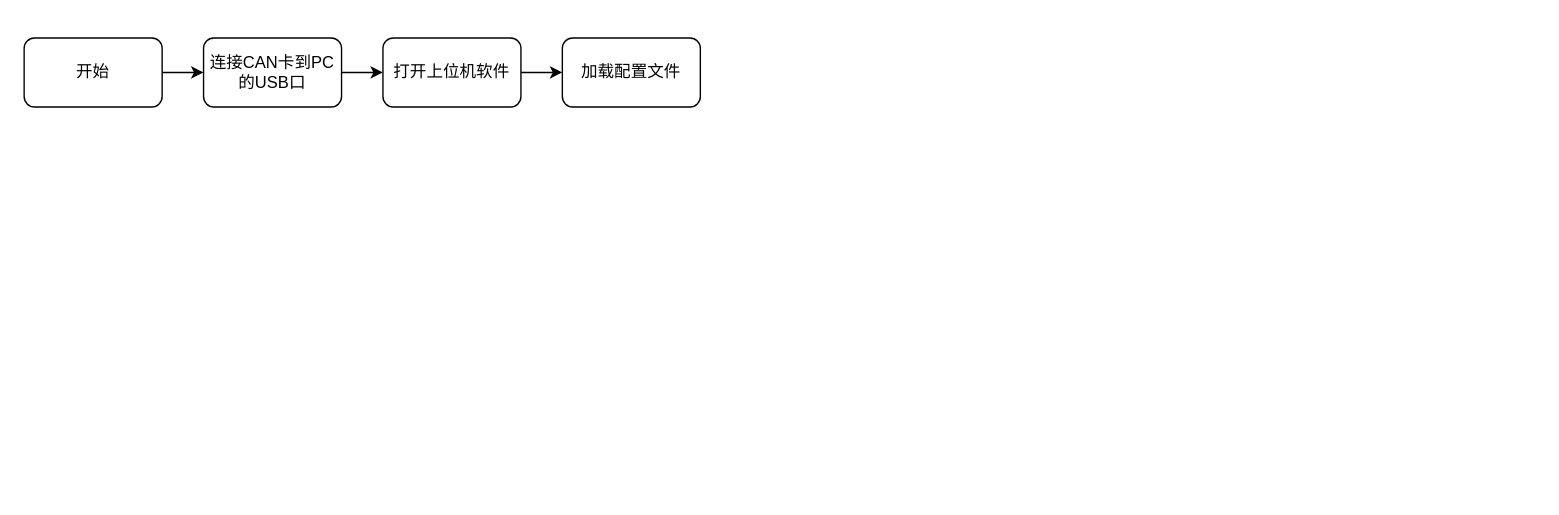
This is Untitled Diagram.drawio from loneisme/linuxopencv, a draw.io file, before an edit. Source tidied: cells renumbered, new cells numbered last; positions are measured from the earlier drawing's top-left corner, leaving out a move shared by most shapes. Both pictures are drawn from the tidied source at 138%, with x=0, y=0 at pixel (23, 37).
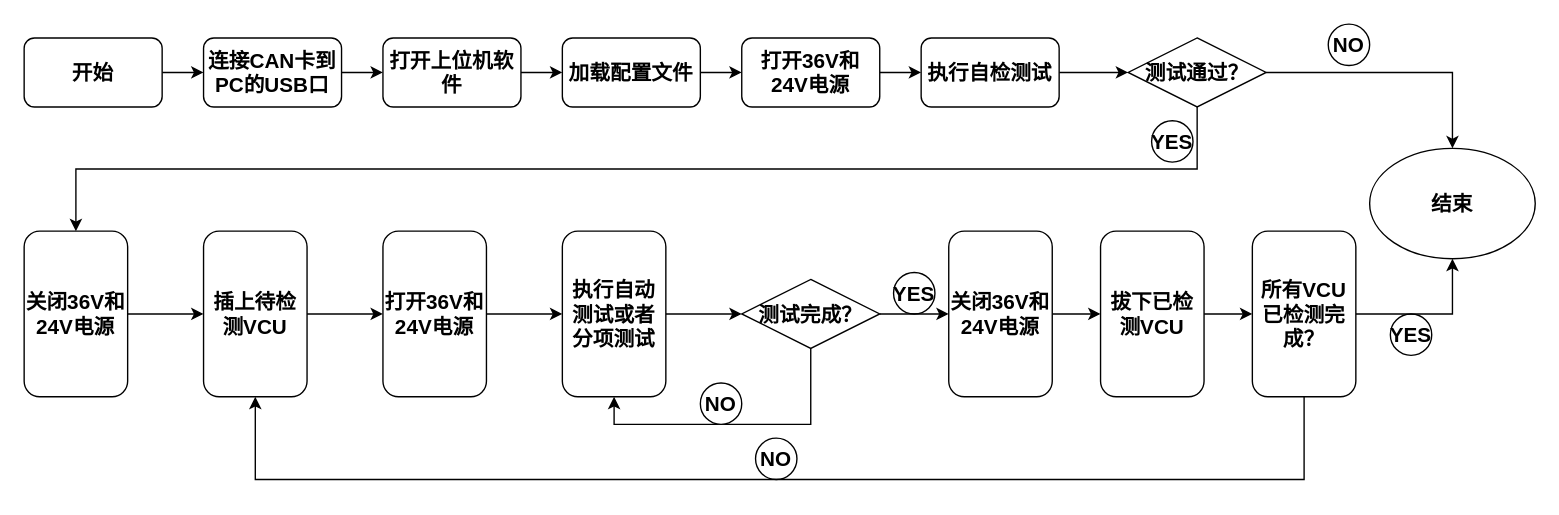
After the change.

What changed in the source:
```diff
@@
-    <mxCell id="3" value="开始" style="rounded=1;whiteSpace=wrap;html=1;" parent="1" vertex="1">
+    <mxCell id="3" value="开始" style="rounded=1;whiteSpace=wrap;html=1;fontStyle=1;fontSize=15;" parent="1" vertex="1">
       <mxGeometry width="100" height="50" as="geometry" />
     </mxCell>
@@
-    <mxCell id="5" value="连接CAN卡到PC的USB口" style="rounded=1;whiteSpace=wrap;html=1;" parent="1" vertex="1">
+    <mxCell id="5" value="连接CAN卡到PC的USB口" style="rounded=1;whiteSpace=wrap;html=1;fontStyle=1;fontSize=15;" parent="1" vertex="1">
       <mxGeometry x="130" width="100" height="50" as="geometry" />
     </mxCell>
@@
-    <mxCell id="7" value="打开上位机软件" style="rounded=1;whiteSpace=wrap;html=1;" parent="1" vertex="1">
+    <mxCell id="7" value="打开上位机软件" style="rounded=1;whiteSpace=wrap;html=1;fontStyle=1;fontSize=15;" parent="1" vertex="1">
       <mxGeometry x="260" width="100" height="50" as="geometry" />
     </mxCell>
+    <mxCell id="9" style="edgeStyle=orthogonalEdgeStyle;rounded=0;jettySize=auto;html=1;" parent="1" edge="1" source="8" target="11">
+      <mxGeometry relative="1" as="geometry" />
+    </mxCell>
-    <mxCell id="8" value="加载配置文件" style="rounded=1;whiteSpace=wrap;html=1;" parent="1" vertex="1">
+    <mxCell id="8" value="加载配置文件" style="rounded=1;whiteSpace=wrap;html=1;fontStyle=1;fontSize=15;" parent="1" vertex="1">
       <mxGeometry x="390" width="100" height="50" as="geometry" />
     </mxCell>
+    <mxCell id="10" style="edgeStyle=orthogonalEdgeStyle;rounded=0;jettySize=auto;html=1;" parent="1" edge="1" source="11" target="13">
+      <mxGeometry relative="1" as="geometry" />
+    </mxCell>
+    <mxCell id="11" value="打开36V和24V电源" style="rounded=1;whiteSpace=wrap;html=1;fontStyle=1;fontSize=15;" parent="1" vertex="1">
+      <mxGeometry x="520" width="100" height="50" as="geometry" />
+    </mxCell>
+    <mxCell id="12" style="edgeStyle=orthogonalEdgeStyle;rounded=0;jettySize=auto;html=1;entryX=0;entryY=0.5;entryDx=0;entryDy=0;fontSize=15;" parent="1" edge="1" source="13" target="28">
+      <mxGeometry relative="1" as="geometry" />
+    </mxCell>
+    <mxCell id="13" value="执行自检测试" style="rounded=1;whiteSpace=wrap;html=1;fontStyle=1;fontSize=15;" parent="1" vertex="1">
+      <mxGeometry x="650" width="100" height="50" as="geometry" />
+    </mxCell>
+    <mxCell id="14" style="edgeStyle=orthogonalEdgeStyle;rounded=0;jettySize=auto;html=1;exitX=0.5;exitY=1;exitDx=0;exitDy=0;entryX=0.5;entryY=0;entryDx=0;entryDy=0;" parent="1" edge="1" source="28" target="20">
+      <mxGeometry relative="1" as="geometry" />
+    </mxCell>
+    <mxCell id="15" value="NO" style="ellipse;whiteSpace=wrap;html=1;fontStyle=1;fontSize=15;" parent="1" vertex="1">
+      <mxGeometry x="945" y="-10" width="30" height="30" as="geometry" />
+    </mxCell>
+    <mxCell id="16" value="YES" style="ellipse;whiteSpace=wrap;html=1;fontStyle=1;fontSize=15;" parent="1" vertex="1">
+      <mxGeometry x="630" y="170" width="30" height="30" as="geometry" />
+    </mxCell>
+    <mxCell id="17" value="YES" style="ellipse;whiteSpace=wrap;html=1;fontStyle=1;fontSize=15;" parent="1" vertex="1">
+      <mxGeometry x="817" y="60" width="30" height="30" as="geometry" />
+    </mxCell>
+    <mxCell id="18" value="NO" style="ellipse;whiteSpace=wrap;html=1;fontStyle=1;fontSize=15;" parent="1" vertex="1">
+      <mxGeometry x="530" y="290" width="30" height="30" as="geometry" />
+    </mxCell>
+    <mxCell id="19" style="edgeStyle=orthogonalEdgeStyle;rounded=0;jettySize=auto;html=1;" parent="1" edge="1" source="20" target="22">
+      <mxGeometry relative="1" as="geometry" />
+    </mxCell>
+    <mxCell id="20" value="关闭36V和24V电源" style="rounded=1;whiteSpace=wrap;html=1;fontStyle=1;fontSize=15;" parent="1" vertex="1">
+      <mxGeometry y="140" width="75" height="120" as="geometry" />
+    </mxCell>
+    <mxCell id="21" style="edgeStyle=orthogonalEdgeStyle;rounded=0;jettySize=auto;html=1;" parent="1" edge="1" source="22" target="24">
+      <mxGeometry relative="1" as="geometry" />
+    </mxCell>
+    <mxCell id="22" value="插上待检测VCU" style="rounded=1;whiteSpace=wrap;html=1;fontStyle=1;fontSize=15;" parent="1" vertex="1">
+      <mxGeometry x="130" y="140" width="75" height="120" as="geometry" />
+    </mxCell>
+    <mxCell id="23" style="edgeStyle=orthogonalEdgeStyle;rounded=0;jettySize=auto;html=1;fontSize=15;" parent="1" edge="1" source="24" target="26">
+      <mxGeometry relative="1" as="geometry" />
+    </mxCell>
+    <mxCell id="24" value="打开36V和24V电源" style="rounded=1;whiteSpace=wrap;html=1;fontStyle=1;fontSize=15;" parent="1" vertex="1">
+      <mxGeometry x="260" y="140" width="75" height="120" as="geometry" />
+    </mxCell>
+    <mxCell id="25" style="edgeStyle=orthogonalEdgeStyle;rounded=0;jettySize=auto;html=1;" parent="1" edge="1" source="26" target="31">
+      <mxGeometry relative="1" as="geometry" />
+    </mxCell>
+    <mxCell id="26" value="执行自动测试或者分项测试" style="rounded=1;whiteSpace=wrap;html=1;fontStyle=1;fontSize=15;" parent="1" vertex="1">
+      <mxGeometry x="390" y="140" width="75" height="120" as="geometry" />
+    </mxCell>
+    <mxCell id="27" style="edgeStyle=orthogonalEdgeStyle;rounded=0;jettySize=auto;html=1;exitX=1;exitY=0.5;exitDx=0;exitDy=0;entryX=0.5;entryY=0;entryDx=0;entryDy=0;fontSize=15;" parent="1" edge="1" source="28" target="41">
+      <mxGeometry relative="1" as="geometry" />
+    </mxCell>
+    <mxCell id="28" value="测试通过？" style="rhombus;whiteSpace=wrap;html=1;fontStyle=1;fontSize=15;" parent="1" vertex="1">
+      <mxGeometry x="800" width="100" height="50" as="geometry" />
+    </mxCell>
+    <mxCell id="29" style="edgeStyle=orthogonalEdgeStyle;rounded=0;jettySize=auto;html=1;exitX=0.5;exitY=1;exitDx=0;exitDy=0;entryX=0.5;entryY=1;entryDx=0;entryDy=0;" parent="1" edge="1" source="31" target="26">
+      <mxGeometry relative="1" as="geometry" />
+    </mxCell>
+    <mxCell id="30" style="edgeStyle=orthogonalEdgeStyle;rounded=0;jettySize=auto;html=1;fontSize=15;" parent="1" edge="1" source="31" target="35">
+      <mxGeometry relative="1" as="geometry" />
+    </mxCell>
+    <mxCell id="31" value="测试完成？" style="rhombus;whiteSpace=wrap;html=1;fontStyle=1;fontSize=15;" parent="1" vertex="1">
+      <mxGeometry x="520" y="175" width="100" height="50" as="geometry" />
+    </mxCell>
+    <mxCell id="32" value="YES" style="ellipse;whiteSpace=wrap;html=1;fontStyle=1;fontSize=15;" parent="1" vertex="1">
+      <mxGeometry x="990" y="200" width="30" height="30" as="geometry" />
+    </mxCell>
+    <mxCell id="33" value="NO" style="ellipse;whiteSpace=wrap;html=1;fontStyle=1;fontSize=15;" parent="1" vertex="1">
+      <mxGeometry x="490" y="250" width="30" height="30" as="geometry" />
+    </mxCell>
+    <mxCell id="34" style="edgeStyle=orthogonalEdgeStyle;rounded=0;jettySize=auto;html=1;fontSize=15;" parent="1" edge="1" source="35" target="37">
+      <mxGeometry relative="1" as="geometry" />
+    </mxCell>
+    <mxCell id="35" value="关闭36V和24V电源" style="rounded=1;whiteSpace=wrap;html=1;fontStyle=1;fontSize=15;" parent="1" vertex="1">
+      <mxGeometry x="670" y="140" width="75" height="120" as="geometry" />
+    </mxCell>
+    <mxCell id="36" style="edgeStyle=orthogonalEdgeStyle;rounded=0;jettySize=auto;html=1;fontSize=15;" parent="1" edge="1" source="37" target="40">
+      <mxGeometry relative="1" as="geometry" />
+    </mxCell>
+    <mxCell id="37" value="拔下已检测VCU" style="rounded=1;whiteSpace=wrap;html=1;fontStyle=1;fontSize=15;" parent="1" vertex="1">
+      <mxGeometry x="780" y="140" width="75" height="120" as="geometry" />
+    </mxCell>
+    <mxCell id="38" style="edgeStyle=orthogonalEdgeStyle;rounded=0;jettySize=auto;html=1;exitX=1;exitY=0.5;exitDx=0;exitDy=0;entryX=0.5;entryY=1;entryDx=0;entryDy=0;fontSize=15;" parent="1" edge="1" source="40" target="41">
+      <mxGeometry relative="1" as="geometry" />
+    </mxCell>
+    <mxCell id="39" style="edgeStyle=orthogonalEdgeStyle;rounded=0;jettySize=auto;html=1;exitX=0.5;exitY=1;exitDx=0;exitDy=0;entryX=0.5;entryY=1;entryDx=0;entryDy=0;fontSize=15;" parent="1" edge="1" source="40" target="22">
+      <mxGeometry relative="1" as="geometry">
+        <Array as="points">
+          <mxPoint x="927" y="320" />
+          <mxPoint x="168" y="320" />
+        </Array>
+      </mxGeometry>
+    </mxCell>
+    <mxCell id="40" value="所有VCU已检测完成？" style="rounded=1;whiteSpace=wrap;html=1;fontStyle=1;fontSize=15;" parent="1" vertex="1">
+      <mxGeometry x="890" y="140" width="75" height="120" as="geometry" />
+    </mxCell>
+    <mxCell id="41" value="结束" style="ellipse;whiteSpace=wrap;html=1;fontSize=15;fontStyle=1;" parent="1" vertex="1">
+      <mxGeometry x="975" y="80" width="120" height="80" as="geometry" />
+    </mxCell>
```
